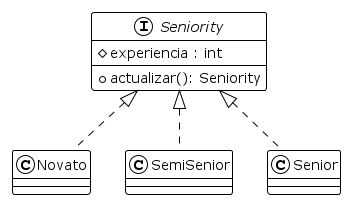
Above: diagrams/classes/clase_seniority.png in lautiland/TP2-ALGO3-ALGOROMA (PlantUML), before the change. Source of this version:
```plantuml
@startuml
!theme plain
skinparam groupInheritance 1

interface Seniority {
    # experiencia : int
    + actualizar(): Seniority
}

Seniority <|.. Novato
Seniority <|.. SemiSenior
Seniority <|.. Senior

@enduml
```
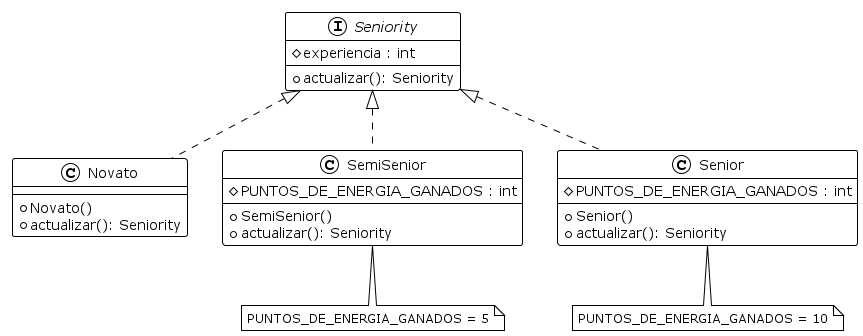
After the change.

Commit message:
correción de diagramas de clase

The edit, as a diff of the source:
```diff
@@ -7,8 +7,29 @@
     + actualizar(): Seniority
 }
 
+class Novato {
+    + Novato()
+    + actualizar(): Seniority
+}
+
+class SemiSenior {
+    # PUNTOS_DE_ENERGIA_GANADOS : int
+    + SemiSenior()
+    + actualizar(): Seniority
+}
+
+note bottom: PUNTOS_DE_ENERGIA_GANADOS = 5
+
+class Senior {
+    # PUNTOS_DE_ENERGIA_GANADOS : int
+    + Senior()
+    + actualizar(): Seniority
+}
+
+note bottom: PUNTOS_DE_ENERGIA_GANADOS = 10
+
+Seniority <|.. SemiSenior
 Seniority <|.. Novato
-Seniority <|.. SemiSenior
 Seniority <|.. Senior
 
 @enduml
```
